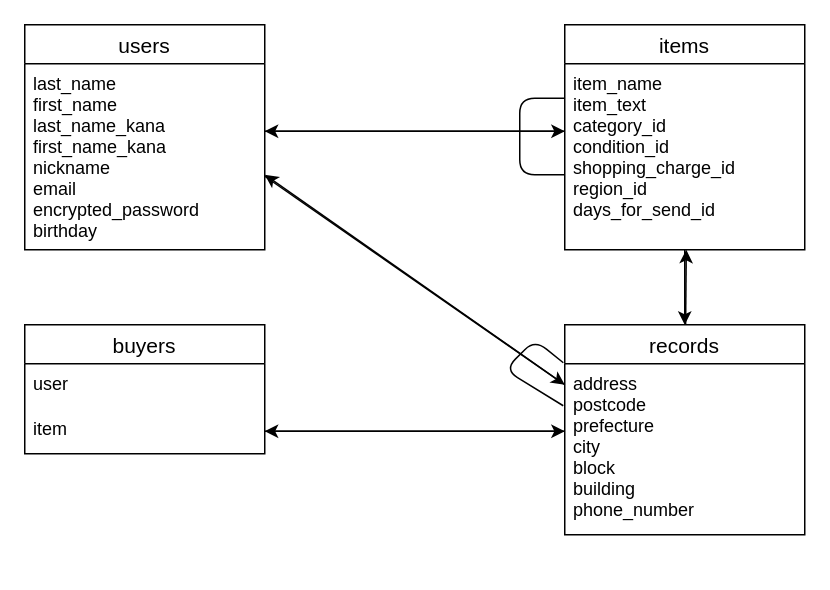
The draw.io diagram ER.dio in fjys1203/furima-38631, before the edit. Source tidied: cells renumbered, new cells numbered last; positions are measured from the earlier drawing's top-left corner, leaving out a move shared by most shapes. Both pictures are drawn from the tidied source at 150%, with x=0, y=0 at pixel (24, 24).
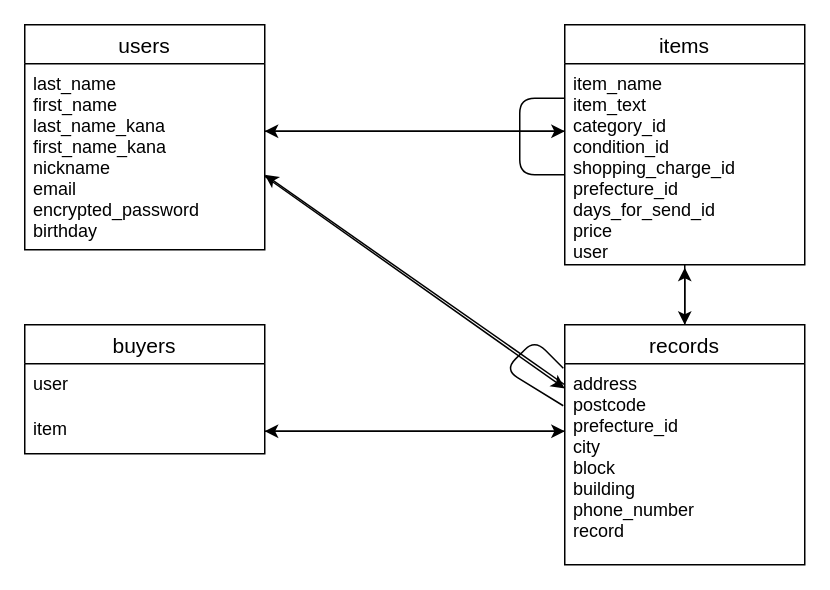
The same page after the edit.

Commit message (it also covers changes not shown here):
DB設計の作成③

What changed in the source:
```diff
@@
     <mxCell id="5" value="items" style="swimlane;fontStyle=0;horizontal=1;startSize=26;align=center;fontSize=14;" parent="1" vertex="1">
-      <mxGeometry x="360" width="160" height="150" as="geometry" />
+      <mxGeometry x="360" width="160" height="160" as="geometry" />
     </mxCell>
-    <mxCell id="6" value="item_name&#10;item_text&#10;category_id&#10;condition_id&#10;shopping_charge_id&#10;region_id&#10;days_for_send_id" style="text;strokeColor=none;fillColor=none;spacingLeft=4;spacingRight=4;overflow=hidden;points=[[0,0.5],[1,0.5]];portConstraint=eastwest;fontSize=12;" parent="5" vertex="1">
-      <mxGeometry y="26" width="160" height="124" as="geometry" />
+    <mxCell id="6" value="item_name&#10;item_text&#10;category_id&#10;condition_id&#10;shopping_charge_id&#10;prefecture_id&#10;days_for_send_id&#10;price&#10;user" style="text;strokeColor=none;fillColor=none;spacingLeft=4;spacingRight=4;overflow=hidden;points=[[0,0.5],[1,0.5]];portConstraint=eastwest;fontSize=12;" parent="5" vertex="1">
+      <mxGeometry y="26" width="160" height="134" as="geometry" />
     </mxCell>
@@
-    <mxCell id="8" style="edgeStyle=none;html=1;" parent="1" edge="1" source="9">
-      <mxGeometry relative="1" as="geometry">
-        <mxPoint x="441" y="150" as="targetPoint" />
-      </mxGeometry>
+    <mxCell id="8" style="edgeStyle=none;html=1;entryX=0.5;entryY=1.015;entryDx=0;entryDy=0;entryPerimeter=0;" parent="1" edge="1" source="9" target="6">
+      <mxGeometry relative="1" as="geometry" />
     </mxCell>
     <mxCell id="9" value="records" style="swimlane;fontStyle=0;horizontal=1;startSize=26;align=center;fontSize=14;" parent="1" vertex="1">
-      <mxGeometry x="360" y="200" width="160" height="140" as="geometry" />
+      <mxGeometry x="360" y="200" width="160" height="160" as="geometry" />
     </mxCell>
@@
-    <mxCell id="11" value="address&#10;postcode&#10;prefecture&#10;city&#10;block&#10;building&#10;phone_number" style="text;strokeColor=none;fillColor=none;spacingLeft=4;spacingRight=4;overflow=hidden;points=[[0,0.5],[1,0.5]];portConstraint=eastwest;fontSize=12;" parent="9" vertex="1">
-      <mxGeometry y="26" width="160" height="114" as="geometry" />
+    <mxCell id="11" value="address&#10;postcode&#10;prefecture_id&#10;city&#10;block&#10;building&#10;phone_number&#10;record" style="text;strokeColor=none;fillColor=none;spacingLeft=4;spacingRight=4;overflow=hidden;points=[[0,0.5],[1,0.5]];portConstraint=eastwest;fontSize=12;" parent="9" vertex="1">
+      <mxGeometry y="26" width="160" height="134" as="geometry" />
     </mxCell>
```
